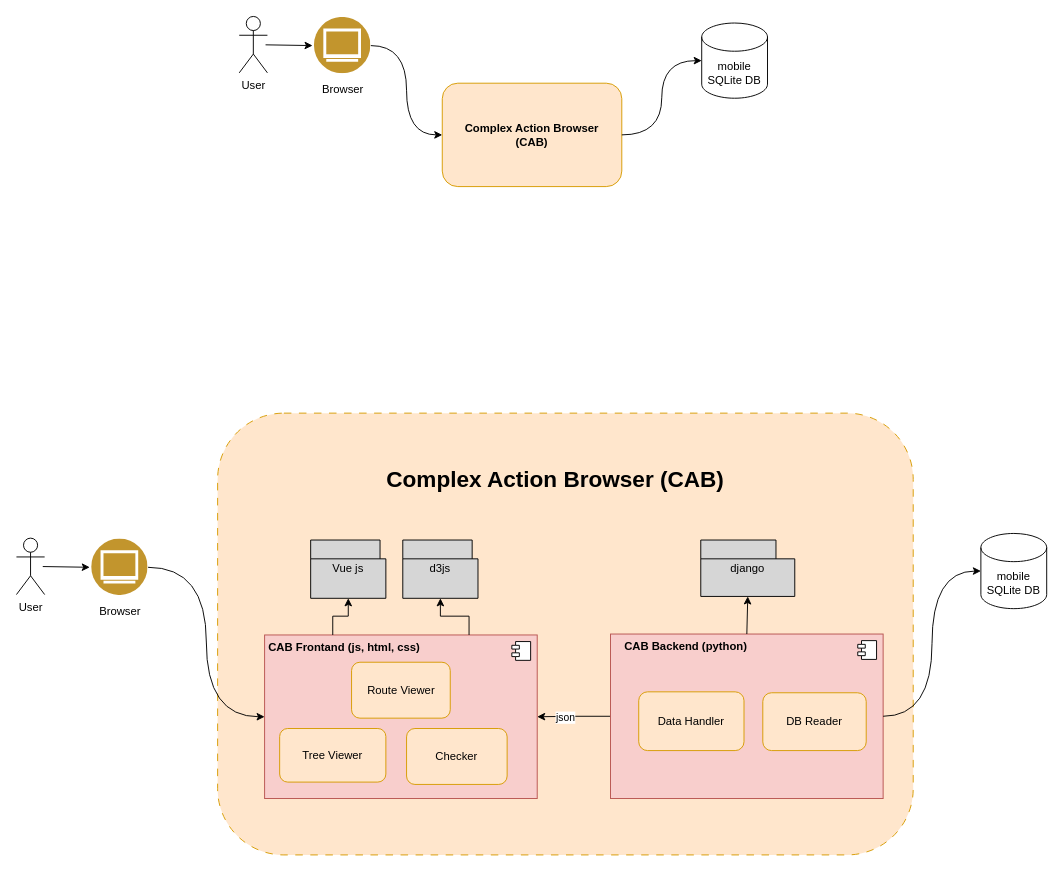
The draw.io diagram doc/Design.drawio in Djelloul-Briksi/Portfolio-Software-Engineering, before the edit. Source tidied: cells renumbered, new cells numbered last; positions are measured from the earlier drawing's top-left corner, leaving out a move shared by most shapes. Both pictures are drawn from the tidied source at 94%, with x=0, y=0 at pixel (16, 16).
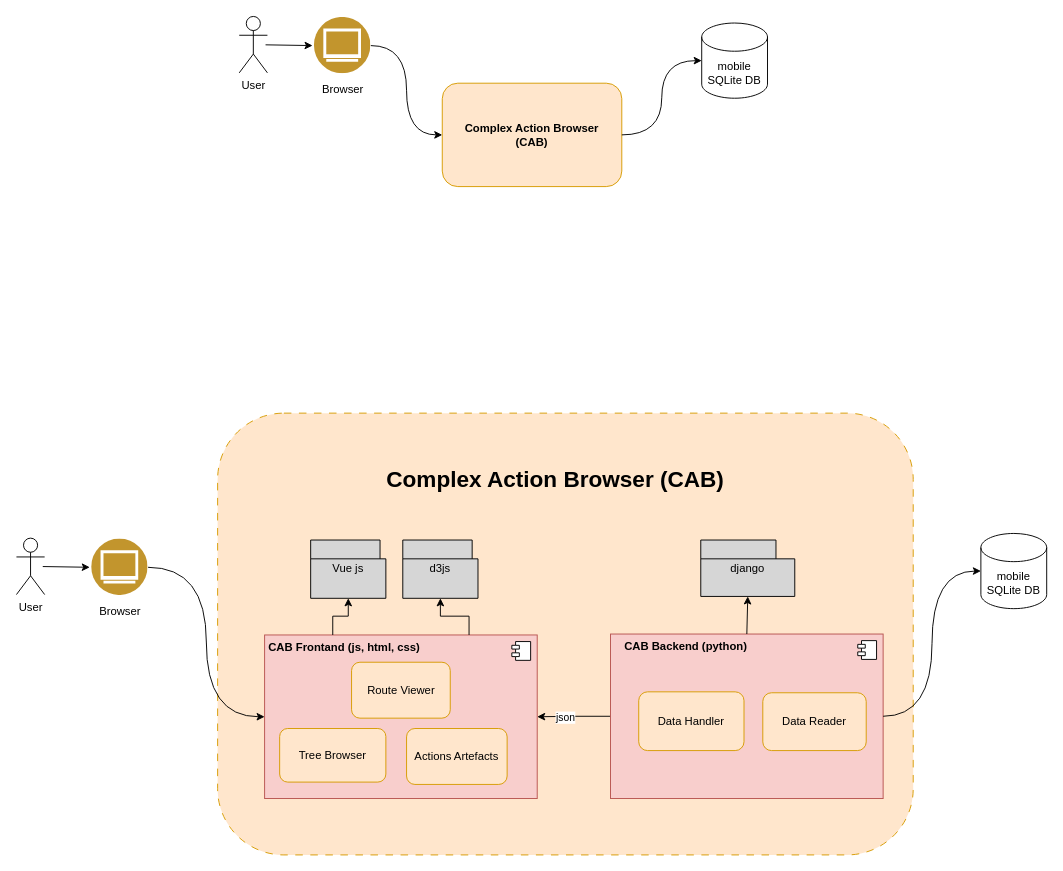
After the change.

The edit, as a diff of the source:
```diff
@@
-    <mxCell id="30" value="DB Reader" style="rounded=1;whiteSpace=wrap;html=1;fillColor=#ffe6cc;strokeColor=#d79b00;" parent="1" vertex="1">
+    <mxCell id="30" value="Data Reader" style="rounded=1;whiteSpace=wrap;html=1;fillColor=#ffe6cc;strokeColor=#d79b00;" parent="1" vertex="1">
       <mxGeometry x="794" y="719.5" width="110" height="61.5" as="geometry" />
     </mxCell>
@@
-    <mxCell id="33" value="&lt;div&gt;Tree Viewer&lt;/div&gt;" style="rounded=1;whiteSpace=wrap;html=1;fillColor=#ffe6cc;strokeColor=#d79b00;" parent="1" vertex="1">
+    <mxCell id="33" value="&lt;div&gt;Tree Browser&lt;/div&gt;" style="rounded=1;whiteSpace=wrap;html=1;fillColor=#ffe6cc;strokeColor=#d79b00;" parent="1" vertex="1">
       <mxGeometry x="280" y="757.5" width="113" height="57" as="geometry" />
     </mxCell>
-    <mxCell id="34" value="Checker" style="rounded=1;whiteSpace=wrap;html=1;fillColor=#ffe6cc;strokeColor=#d79b00;" parent="1" vertex="1">
+    <mxCell id="34" value="Actions Artefacts" style="rounded=1;whiteSpace=wrap;html=1;fillColor=#ffe6cc;strokeColor=#d79b00;" parent="1" vertex="1">
       <mxGeometry x="415" y="757.5" width="107" height="59.5" as="geometry" />
     </mxCell>
```
